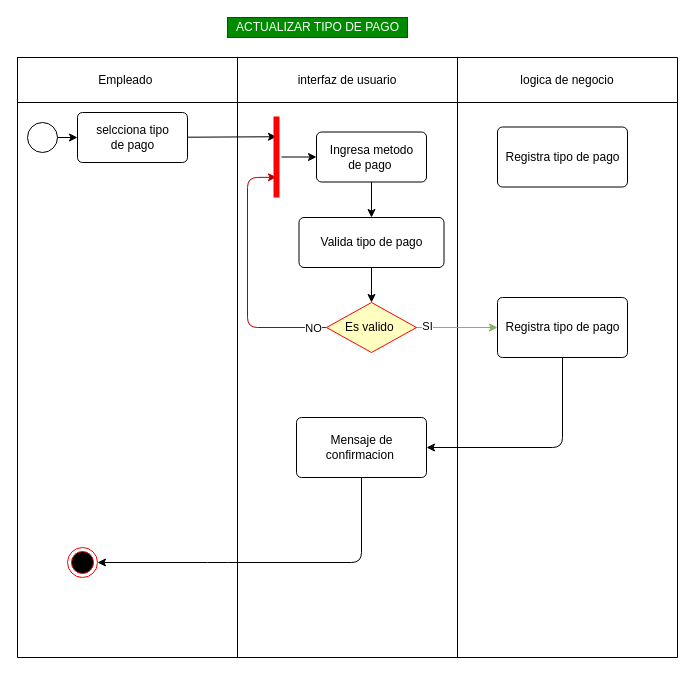
Earlier version of the draw.io diagram DAE.9.2.drawio (DavidArtavia/Activity_Diagram-). Source tidied: cells renumbered, new cells numbered last; positions are measured from the earlier drawing's top-left corner, leaving out a move shared by most shapes. Both pictures are drawn from the tidied source at 100%, with x=0, y=0 at pixel (17, 17).
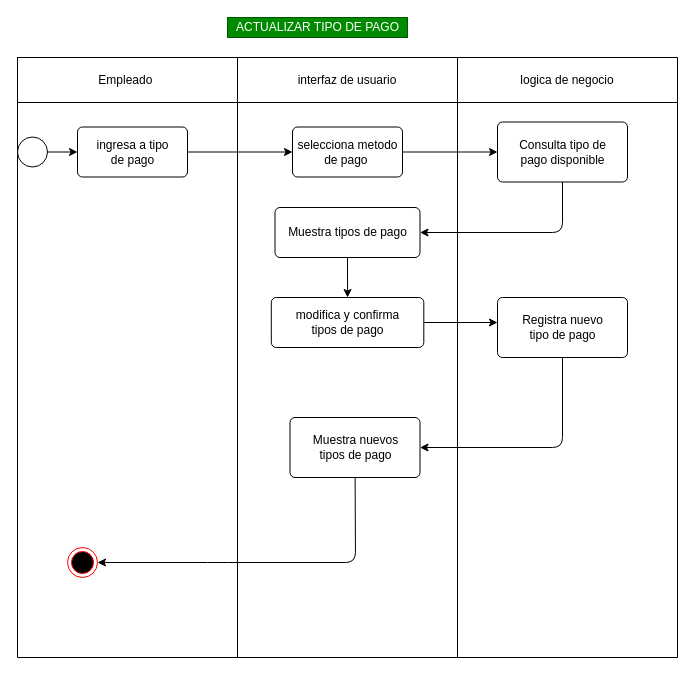
The same page after the edit.

Unchanged cells that the change refers to:
```xml
<mxCell id="14" style="ellipse;html=1;shape=endState;fillColor=#000000;strokeColor=#ff0000;" parent="1" vertex="1">
  <mxGeometry x="50" y="530" width="30" height="30" as="geometry" />
</mxCell>
```

The edit, as a diff of the source:
```diff
@@
-    <mxCell id="12" style="edgeStyle=none;html=1;entryX=0;entryY=0.5;entryDx=0;entryDy=0;" parent="1" edge="1" source="13">
-      <mxGeometry relative="1" as="geometry">
-        <mxPoint x="60" y="120" as="targetPoint" />
-      </mxGeometry>
+    <mxCell id="12" style="edgeStyle=none;html=1;entryX=0;entryY=0.5;entryDx=0;entryDy=0;" parent="1" edge="1" source="13" target="16">
+      <mxGeometry relative="1" as="geometry" />
     </mxCell>
     <mxCell id="13" style="ellipse;html=1;fillColor=#FFFFFF;" parent="1" vertex="1">
-      <mxGeometry x="10" y="105" width="30" height="30" as="geometry" />
+      <mxGeometry y="119.5" width="30" height="30" as="geometry" />
     </mxCell>
@@
-    <mxCell id="15" style="edgeStyle=none;html=1;entryX=0.75;entryY=0.5;entryDx=0;entryDy=0;entryPerimeter=0;" parent="1" edge="1" source="16" target="31">
+    <mxCell id="15" style="edgeStyle=none;html=1;entryX=0;entryY=0.5;entryDx=0;entryDy=0;" parent="1" edge="1" source="16" target="18">
       <mxGeometry relative="1" as="geometry" />
     </mxCell>
-    <mxCell id="16" value="&lt;font color=&quot;#000000&quot;&gt;selcciona tipo&lt;br&gt;&amp;nbsp;de pago&amp;nbsp;&lt;/font&gt;" style="html=1;align=center;verticalAlign=middle;rounded=1;absoluteArcSize=1;arcSize=10;dashed=0;fillColor=#FFFFFF;" parent="1" vertex="1">
-      <mxGeometry x="60" y="95" width="110" height="50" as="geometry" />
+    <mxCell id="16" value="&lt;font color=&quot;#000000&quot;&gt;ingresa a tipo&lt;br&gt;&amp;nbsp;de pago&amp;nbsp;&lt;/font&gt;" style="html=1;align=center;verticalAlign=middle;rounded=1;absoluteArcSize=1;arcSize=10;dashed=0;fillColor=#FFFFFF;" parent="1" vertex="1">
+      <mxGeometry x="60" y="109.5" width="110" height="50" as="geometry" />
     </mxCell>
-    <mxCell id="17" style="edgeStyle=none;html=1;entryX=0.5;entryY=0;entryDx=0;entryDy=0;" parent="1" edge="1" source="18" target="24">
-      <mxGeometry relative="1" as="geometry" />
-    </mxCell>
+    <mxCell id="33" style="edgeStyle=none;html=1;entryX=0;entryY=0.5;entryDx=0;entryDy=0;" parent="1" edge="1" source="18" target="32">
+      <mxGeometry relative="1" as="geometry" />
+    </mxCell>
-    <mxCell id="18" value="&lt;font color=&quot;#000000&quot;&gt;Ingresa metodo&lt;br&gt;de pago&amp;nbsp;&lt;/font&gt;" style="html=1;align=center;verticalAlign=middle;rounded=1;absoluteArcSize=1;arcSize=10;dashed=0;fillColor=#FFFFFF;" parent="1" vertex="1">
-      <mxGeometry x="299" y="114.5" width="110" height="50" as="geometry" />
+    <mxCell id="18" value="&lt;font color=&quot;#000000&quot;&gt;selecciona metodo&lt;br&gt;de pago&amp;nbsp;&lt;/font&gt;" style="html=1;align=center;verticalAlign=middle;rounded=1;absoluteArcSize=1;arcSize=10;dashed=0;fillColor=#FFFFFF;" parent="1" vertex="1">
+      <mxGeometry x="275" y="109.5" width="110" height="50" as="geometry" />
     </mxCell>
@@
-    <mxCell id="20" value="&lt;font color=&quot;#000000&quot;&gt;Registra tipo de pago&lt;/font&gt;" style="html=1;align=center;verticalAlign=middle;rounded=1;absoluteArcSize=1;arcSize=10;dashed=0;fillColor=#FFFFFF;" parent="1" vertex="1">
+    <mxCell id="20" value="&lt;font color=&quot;#000000&quot;&gt;Registra nuevo &lt;br&gt;tipo de pago&lt;/font&gt;" style="html=1;align=center;verticalAlign=middle;rounded=1;absoluteArcSize=1;arcSize=10;dashed=0;fillColor=#FFFFFF;" parent="1" vertex="1">
       <mxGeometry x="480" y="280" width="130" height="60" as="geometry" />
     </mxCell>
     <mxCell id="21" style="edgeStyle=none;html=1;entryX=1;entryY=0.5;entryDx=0;entryDy=0;" parent="1" edge="1" source="22" target="14">
       <mxGeometry relative="1" as="geometry">
         <Array as="points">
-          <mxPoint x="344" y="545" />
+          <mxPoint x="338" y="545" />
           <mxPoint x="200" y="545" />
         </Array>
       </mxGeometry>
     </mxCell>
-    <mxCell id="22" value="&lt;font color=&quot;#000000&quot;&gt;Mensaje de &lt;br&gt;confirmacion&amp;nbsp;&lt;/font&gt;" style="html=1;align=center;verticalAlign=middle;rounded=1;absoluteArcSize=1;arcSize=10;dashed=0;fillColor=#FFFFFF;" parent="1" vertex="1">
-      <mxGeometry x="279" y="400" width="130" height="60" as="geometry" />
+    <mxCell id="22" value="&lt;font color=&quot;#000000&quot;&gt;Muestra nuevos &lt;br&gt;tipos de pago&lt;/font&gt;" style="html=1;align=center;verticalAlign=middle;rounded=1;absoluteArcSize=1;arcSize=10;dashed=0;fillColor=#FFFFFF;" parent="1" vertex="1">
+      <mxGeometry x="272.5" y="400" width="130" height="60" as="geometry" />
     </mxCell>
-    <mxCell id="23" style="edgeStyle=none;html=1;entryX=0.5;entryY=0;entryDx=0;entryDy=0;" parent="1" edge="1" source="24" target="29">
-      <mxGeometry relative="1" as="geometry" />
-    </mxCell>
-    <mxCell id="24" value="&lt;font color=&quot;#000000&quot;&gt;Valida tipo de pago&lt;/font&gt;" style="html=1;align=center;verticalAlign=middle;rounded=1;absoluteArcSize=1;arcSize=10;dashed=0;fillColor=#FFFFFF;" parent="1" vertex="1">
-      <mxGeometry x="281.5" y="200" width="145" height="50" as="geometry" />
-    </mxCell>
-    <mxCell id="25" style="edgeStyle=none;html=1;fillColor=#e51400;strokeColor=#B20000;entryX=0.25;entryY=0.5;entryDx=0;entryDy=0;entryPerimeter=0;" parent="1" edge="1" source="29" target="31">
-      <mxGeometry relative="1" as="geometry">
-        <Array as="points">
-          <mxPoint x="230" y="310" />
-          <mxPoint x="230" y="160" />
-        </Array>
-      </mxGeometry>
-    </mxCell>
-    <mxCell id="26" value="NO" style="edgeLabel;html=1;align=center;verticalAlign=middle;" parent="25" vertex="1">
-      <mxGeometry x="-0.89" relative="1" as="geometry" />
-    </mxCell>
-    <mxCell id="27" style="edgeStyle=none;html=1;entryX=0;entryY=0.5;entryDx=0;entryDy=0;fillColor=#d5e8d4;gradientColor=#97d077;strokeColor=#82b366;" parent="1" edge="1" source="29" target="20">
-      <mxGeometry relative="1" as="geometry" />
-    </mxCell>
-    <mxCell id="28" value="SI" style="edgeLabel;html=1;align=center;verticalAlign=middle;" parent="27" vertex="1">
-      <mxGeometry x="-0.76" y="2" relative="1" as="geometry" />
-    </mxCell>
-    <mxCell id="29" value="&lt;span style=&quot;color: rgb(0 , 0 , 0)&quot;&gt;Es valido&amp;nbsp;&lt;/span&gt;" style="rhombus;whiteSpace=wrap;html=1;fillColor=#ffffc0;strokeColor=#ff0000;" parent="1" vertex="1">
-      <mxGeometry x="309" y="285" width="90" height="50" as="geometry" />
-    </mxCell>
-    <mxCell id="30" style="edgeStyle=none;html=1;entryX=0;entryY=0.5;entryDx=0;entryDy=0;" parent="1" edge="1" source="31" target="18">
-      <mxGeometry relative="1" as="geometry" />
-    </mxCell>
-    <mxCell id="31" style="shape=line;html=1;strokeWidth=6;strokeColor=#ff0000;rotation=-90;" parent="1" vertex="1">
-      <mxGeometry x="218.5" y="134.5" width="81" height="10" as="geometry" />
-    </mxCell>
+    <mxCell id="34" style="edgeStyle=none;html=1;entryX=1;entryY=0.5;entryDx=0;entryDy=0;" parent="1" edge="1" source="32" target="36">
+      <mxGeometry relative="1" as="geometry">
+        <Array as="points">
+          <mxPoint x="545" y="215" />
+        </Array>
+      </mxGeometry>
+    </mxCell>
-    <mxCell id="32" value="&lt;font color=&quot;#000000&quot;&gt;Registra tipo de pago&lt;/font&gt;" style="html=1;align=center;verticalAlign=middle;rounded=1;absoluteArcSize=1;arcSize=10;dashed=0;fillColor=#FFFFFF;" parent="1" vertex="1">
-      <mxGeometry x="480" y="109.5" width="130" height="60" as="geometry" />
+    <mxCell id="32" value="&lt;font color=&quot;#000000&quot;&gt;Consulta tipo de &lt;br&gt;pago disponible&lt;/font&gt;" style="html=1;align=center;verticalAlign=middle;rounded=1;absoluteArcSize=1;arcSize=10;dashed=0;fillColor=#FFFFFF;" parent="1" vertex="1">
+      <mxGeometry x="480" y="104.5" width="130" height="60" as="geometry" />
     </mxCell>
+    <mxCell id="35" style="edgeStyle=none;html=1;entryX=0.5;entryY=0;entryDx=0;entryDy=0;" parent="1" edge="1" source="36" target="38">
+      <mxGeometry relative="1" as="geometry" />
+    </mxCell>
+    <mxCell id="36" value="&lt;font color=&quot;#000000&quot;&gt;Muestra tipos de pago&lt;/font&gt;" style="html=1;align=center;verticalAlign=middle;rounded=1;absoluteArcSize=1;arcSize=10;dashed=0;fillColor=#FFFFFF;" parent="1" vertex="1">
+      <mxGeometry x="257.5" y="190" width="145" height="50" as="geometry" />
+    </mxCell>
+    <mxCell id="37" style="edgeStyle=none;html=1;" parent="1" edge="1" source="38">
+      <mxGeometry relative="1" as="geometry">
+        <mxPoint x="480" y="305" as="targetPoint" />
+      </mxGeometry>
+    </mxCell>
+    <mxCell id="38" value="&lt;span style=&quot;color: rgb(0 , 0 , 0)&quot;&gt;modifica y&amp;nbsp;&lt;/span&gt;&lt;font color=&quot;#000000&quot;&gt;confirma&lt;br&gt;tipos de pago&lt;/font&gt;" style="html=1;align=center;verticalAlign=middle;rounded=1;absoluteArcSize=1;arcSize=10;dashed=0;fillColor=#FFFFFF;" parent="1" vertex="1">
+      <mxGeometry x="253.8" y="280" width="152.5" height="50" as="geometry" />
+    </mxCell>
```
